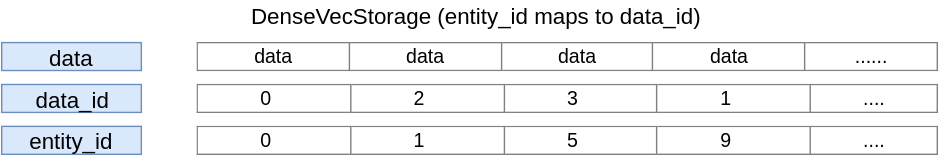
Above: book/src/images/concepts/component_and_entity_densevecstorage.svg in amethyst/amethyst (draw.io), before the change. Source tidied: cells renumbered, new cells last; positions are measured from the earlier drawing's top-left corner, leaving out a move shared by most shapes.
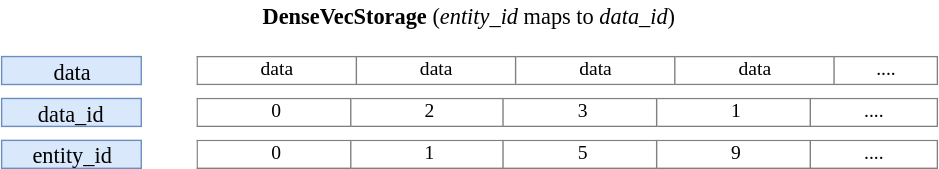
Above is the later version.

Diff of the diagram source:
```diff
@@ -2,26 +2,26 @@
   <root>
     <mxCell id="0" />
     <mxCell id="1" parent="0" />
-    <mxCell id="2" value="&lt;table border=&quot;1&quot; width=&quot;100%&quot; style=&quot;width: 100% ; height: 100% ; border-collapse: collapse ; font-size: 14px&quot;&gt;&lt;tbody&gt;&lt;tr&gt;&lt;td align=&quot;center&quot;&gt;&lt;font style=&quot;font-size: 14px&quot;&gt;data&lt;/font&gt;&lt;/td&gt;&lt;td align=&quot;center&quot;&gt;&lt;font style=&quot;font-size: 14px&quot;&gt;data&lt;/font&gt;&lt;/td&gt;&lt;td align=&quot;center&quot;&gt;&lt;font style=&quot;font-size: 14px&quot;&gt;data&lt;/font&gt;&lt;/td&gt;&lt;td style=&quot;text-align: center&quot;&gt;&lt;font style=&quot;font-size: 14px&quot;&gt;data&lt;/font&gt;&lt;/td&gt;&lt;td style=&quot;text-align: center&quot;&gt;......&lt;/td&gt;&lt;/tr&gt;&lt;/tbody&gt;&lt;/table&gt;" style="text;html=1;strokeColor=none;fillColor=none;overflow=fill;" parent="1" vertex="1">
+    <mxCell id="2" value="&lt;table border=&quot;1&quot; width=&quot;100%&quot; style=&quot;width: 100% ; height: 100% ; border-collapse: collapse ; font-size: 14px&quot;&gt;&lt;tbody&gt;&lt;tr&gt;&lt;td align=&quot;center&quot;&gt;&lt;font style=&quot;font-size: 14px&quot;&gt;data&lt;/font&gt;&lt;/td&gt;&lt;td align=&quot;center&quot;&gt;&lt;font style=&quot;font-size: 14px&quot;&gt;data&lt;/font&gt;&lt;/td&gt;&lt;td align=&quot;center&quot;&gt;&lt;font style=&quot;font-size: 14px&quot;&gt;data&lt;/font&gt;&lt;/td&gt;&lt;td style=&quot;text-align: center&quot;&gt;&lt;font style=&quot;font-size: 14px&quot;&gt;data&lt;/font&gt;&lt;/td&gt;&lt;td style=&quot;text-align: center&quot;&gt;....&lt;/td&gt;&lt;/tr&gt;&lt;/tbody&gt;&lt;/table&gt;" style="text;html=1;strokeColor=none;fillColor=none;overflow=fill;fontFamily=Lucida Console;" parent="1" vertex="1">
       <mxGeometry x="140" y="30" width="530" height="20" as="geometry" />
     </mxCell>
-    <mxCell id="3" value="&lt;font style=&quot;font-size: 16px&quot;&gt;data&lt;/font&gt;" style="text;html=1;strokeColor=#6c8ebf;fillColor=#dae8fc;align=center;verticalAlign=middle;whiteSpace=wrap;rounded=0;" parent="1" vertex="1">
+    <mxCell id="3" value="&lt;font style=&quot;font-size: 16px&quot;&gt;data&lt;/font&gt;" style="text;html=1;strokeColor=#6c8ebf;fillColor=#dae8fc;align=center;verticalAlign=middle;whiteSpace=wrap;rounded=0;fontFamily=Lucida Console;" parent="1" vertex="1">
       <mxGeometry y="30" width="100" height="20" as="geometry" />
     </mxCell>
-    <mxCell id="4" value="&lt;table border=&quot;1&quot; width=&quot;100%&quot; style=&quot;width: 100% ; height: 100% ; border-collapse: collapse ; font-size: 14px&quot;&gt;&lt;tbody&gt;&lt;tr&gt;&lt;td align=&quot;center&quot;&gt;&lt;font style=&quot;font-size: 14px&quot;&gt;0&amp;nbsp; &amp;nbsp;&lt;/font&gt;&lt;/td&gt;&lt;td align=&quot;center&quot;&gt;&lt;font style=&quot;font-size: 14px&quot;&gt;2&amp;nbsp; &amp;nbsp;&lt;/font&gt;&lt;/td&gt;&lt;td align=&quot;center&quot;&gt;&lt;font style=&quot;font-size: 14px&quot;&gt;3&amp;nbsp; &amp;nbsp;&lt;/font&gt;&lt;/td&gt;&lt;td style=&quot;text-align: center&quot;&gt;&lt;font style=&quot;font-size: 14px&quot;&gt;1&amp;nbsp; &amp;nbsp;&lt;/font&gt;&lt;/td&gt;&lt;td style=&quot;text-align: center&quot;&gt;....&lt;/td&gt;&lt;/tr&gt;&lt;/tbody&gt;&lt;/table&gt;" style="text;html=1;strokeColor=none;fillColor=none;overflow=fill;" parent="1" vertex="1">
+    <mxCell id="4" value="&lt;table border=&quot;1&quot; width=&quot;100%&quot; style=&quot;text-align: center ; width: 100% ; height: 100% ; border-collapse: collapse ; font-size: 14px&quot;&gt;&lt;tbody&gt;&lt;tr&gt;&lt;td align=&quot;center&quot;&gt;&lt;font style=&quot;font-size: 14px&quot;&gt;&amp;nbsp; 0&amp;nbsp;&lt;/font&gt;&lt;/td&gt;&lt;td align=&quot;center&quot;&gt;&lt;font style=&quot;font-size: 14px&quot;&gt;&amp;nbsp; 2&amp;nbsp;&lt;/font&gt;&lt;/td&gt;&lt;td align=&quot;center&quot;&gt;&lt;font style=&quot;font-size: 14px&quot;&gt;&amp;nbsp; 3&amp;nbsp;&lt;/font&gt;&lt;/td&gt;&lt;td style=&quot;text-align: center&quot;&gt;&lt;font style=&quot;font-size: 14px&quot;&gt;&amp;nbsp; 1&amp;nbsp;&lt;/font&gt;&lt;/td&gt;&lt;td style=&quot;text-align: center&quot;&gt;....&lt;/td&gt;&lt;/tr&gt;&lt;/tbody&gt;&lt;/table&gt;" style="text;html=1;strokeColor=none;fillColor=none;overflow=fill;fontFamily=Lucida Console;align=center;" parent="1" vertex="1">
       <mxGeometry x="140" y="60" width="530" height="20" as="geometry" />
     </mxCell>
-    <mxCell id="5" value="&lt;font style=&quot;font-size: 16px&quot;&gt;data_id&lt;/font&gt;" style="text;html=1;strokeColor=#6c8ebf;fillColor=#dae8fc;align=center;verticalAlign=middle;whiteSpace=wrap;rounded=0;" parent="1" vertex="1">
+    <mxCell id="5" value="&lt;font style=&quot;font-size: 16px&quot;&gt;data_id&lt;/font&gt;" style="text;html=1;strokeColor=#6c8ebf;fillColor=#dae8fc;align=center;verticalAlign=middle;whiteSpace=wrap;rounded=0;fontFamily=Lucida Console;" parent="1" vertex="1">
       <mxGeometry y="60" width="100" height="20" as="geometry" />
     </mxCell>
-    <mxCell id="6" value="&lt;table border=&quot;1&quot; width=&quot;100%&quot; style=&quot;width: 100% ; height: 100% ; border-collapse: collapse ; font-size: 14px&quot;&gt;&lt;tbody&gt;&lt;tr&gt;&lt;td align=&quot;center&quot;&gt;&lt;font style=&quot;font-size: 14px&quot;&gt;0&amp;nbsp; &amp;nbsp;&lt;/font&gt;&lt;/td&gt;&lt;td align=&quot;center&quot;&gt;1&amp;nbsp; &amp;nbsp;&lt;/td&gt;&lt;td align=&quot;center&quot;&gt;&lt;font style=&quot;font-size: 14px&quot;&gt;5&amp;nbsp; &amp;nbsp;&lt;/font&gt;&lt;/td&gt;&lt;td style=&quot;text-align: center&quot;&gt;&lt;font style=&quot;font-size: 14px&quot;&gt;9&amp;nbsp; &amp;nbsp;&lt;/font&gt;&lt;/td&gt;&lt;td style=&quot;text-align: center&quot;&gt;....&lt;/td&gt;&lt;/tr&gt;&lt;/tbody&gt;&lt;/table&gt;.&lt;br&gt;" style="text;html=1;strokeColor=none;fillColor=none;overflow=fill;" parent="1" vertex="1">
+    <mxCell id="6" value="&lt;table border=&quot;1&quot; width=&quot;100%&quot; style=&quot;width: 100% ; height: 100% ; border-collapse: collapse ; font-size: 14px&quot;&gt;&lt;tbody&gt;&lt;tr&gt;&lt;td align=&quot;center&quot;&gt;&lt;font style=&quot;font-size: 14px&quot;&gt;&amp;nbsp; 0&amp;nbsp;&lt;/font&gt;&lt;/td&gt;&lt;td align=&quot;center&quot;&gt;&amp;nbsp; 1&amp;nbsp;&lt;/td&gt;&lt;td align=&quot;center&quot;&gt;&lt;font style=&quot;font-size: 14px&quot;&gt;&amp;nbsp; 5&amp;nbsp;&lt;/font&gt;&lt;/td&gt;&lt;td style=&quot;text-align: center&quot;&gt;&lt;font style=&quot;font-size: 14px&quot;&gt;&amp;nbsp; 9&amp;nbsp;&lt;/font&gt;&lt;/td&gt;&lt;td style=&quot;text-align: center&quot;&gt;....&lt;/td&gt;&lt;/tr&gt;&lt;/tbody&gt;&lt;/table&gt;.&lt;br&gt;" style="text;html=1;strokeColor=none;fillColor=none;overflow=fill;fontFamily=Lucida Console;" parent="1" vertex="1">
       <mxGeometry x="140" y="90" width="530" height="20" as="geometry" />
     </mxCell>
-    <mxCell id="7" value="&lt;font style=&quot;font-size: 16px&quot;&gt;entity_id&lt;/font&gt;" style="text;html=1;strokeColor=#6c8ebf;fillColor=#dae8fc;align=center;verticalAlign=middle;whiteSpace=wrap;rounded=0;" parent="1" vertex="1">
+    <mxCell id="7" value="&lt;font style=&quot;font-size: 16px&quot;&gt;entity_id&lt;/font&gt;" style="text;html=1;strokeColor=#6c8ebf;fillColor=#dae8fc;align=center;verticalAlign=middle;whiteSpace=wrap;rounded=0;fontFamily=Lucida Console;" parent="1" vertex="1">
       <mxGeometry y="90" width="100" height="20" as="geometry" />
     </mxCell>
-    <mxCell id="8" value="&lt;font style=&quot;font-size: 16px&quot;&gt;DenseVecStorage (entity_id maps to data_id)&lt;/font&gt;" style="text;html=1;strokeColor=none;fillColor=none;align=center;verticalAlign=middle;whiteSpace=wrap;rounded=0;" parent="1" vertex="1">
-      <mxGeometry x="150" width="380" height="20" as="geometry" />
+    <mxCell id="8" value="&lt;font style=&quot;font-size: 16px&quot;&gt;&lt;b style=&quot;font-size: 16px&quot;&gt;DenseVecStorage &lt;/b&gt;&lt;span style=&quot;font-size: 16px&quot;&gt;(&lt;i style=&quot;font-size: 16px&quot;&gt;entity_id&lt;/i&gt; maps to &lt;i style=&quot;font-size: 16px&quot;&gt;data_id&lt;/i&gt;)&lt;/span&gt;&lt;/font&gt;" style="text;html=1;strokeColor=none;fillColor=none;align=center;verticalAlign=middle;whiteSpace=wrap;rounded=0;fontFamily=Lucida Console;fontSize=16;" parent="1" vertex="1">
+      <mxGeometry x="90" y="-10" width="490" height="20" as="geometry" />
     </mxCell>
   </root>
 </mxGraphModel>
```
